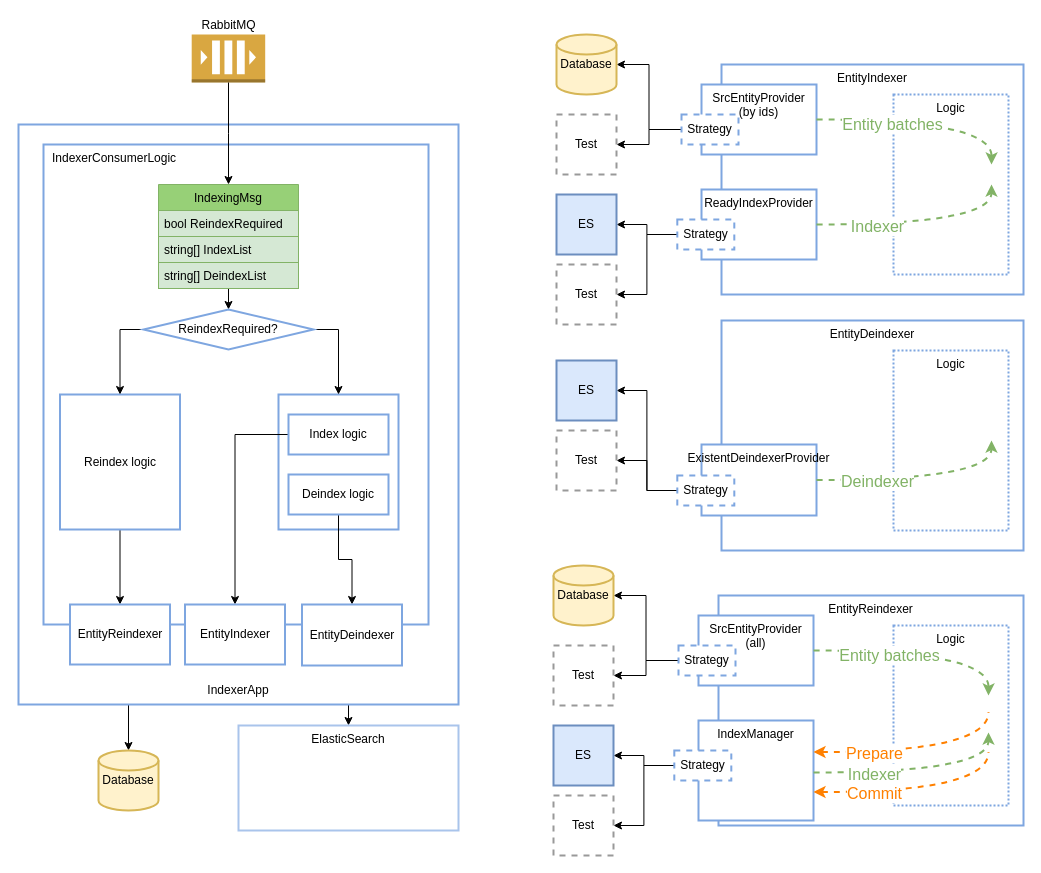
The draw.io diagram page "inside" (4 of 4) of doc/indexer-app.drawio in ozzy-ext-mylab/indexer-app, before the edit. Source tidied: cells renumbered, new cells numbered last; positions are measured from the earlier drawing's top-left corner, leaving out a move shared by most shapes. Both pictures are drawn from the tidied source at 100%, with x=0, y=0 at pixel (18, 34).
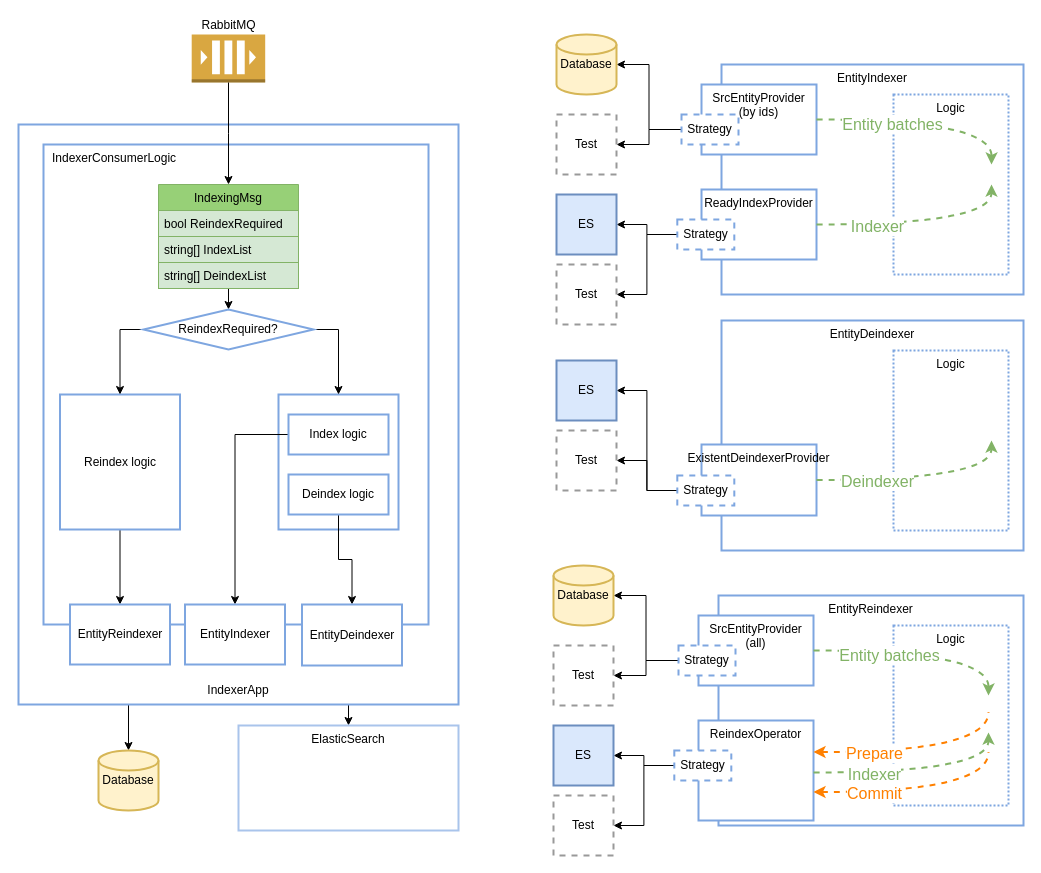
The same diagram, later.

What changed in the source:
```diff
@@
-    <mxCell id="54" value="IndexManager" style="rounded=0;whiteSpace=wrap;html=1;align=center;verticalAlign=top;strokeColor=#7EA6E0;strokeWidth=2;" parent="1" vertex="1">
+    <mxCell id="54" value="ReindexOperator" style="rounded=0;whiteSpace=wrap;html=1;align=center;verticalAlign=top;strokeColor=#7EA6E0;strokeWidth=2;" parent="1" vertex="1">
       <mxGeometry x="680" y="686" width="115" height="100" as="geometry" />
     </mxCell>
```
